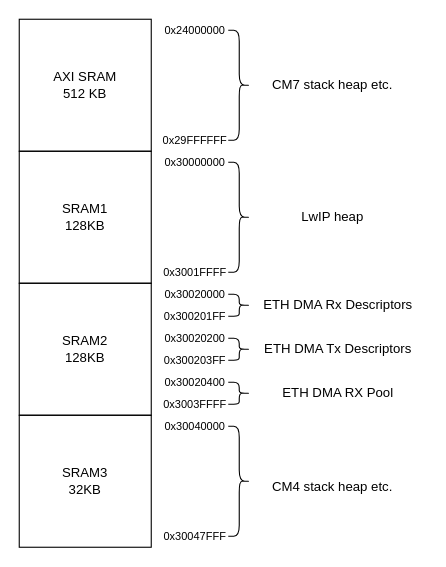
The draw.io diagram docs/mem_managment.drawio in Manwlis/LwIP-FreeRTOS-STM32H755ZI, before the edit. Source tidied: cells renumbered, new cells numbered last; positions are measured from the earlier drawing's top-left corner, leaving out a move shared by most shapes. Both pictures are drawn from the tidied source at 110%, with x=0, y=0 at pixel (19, 19).
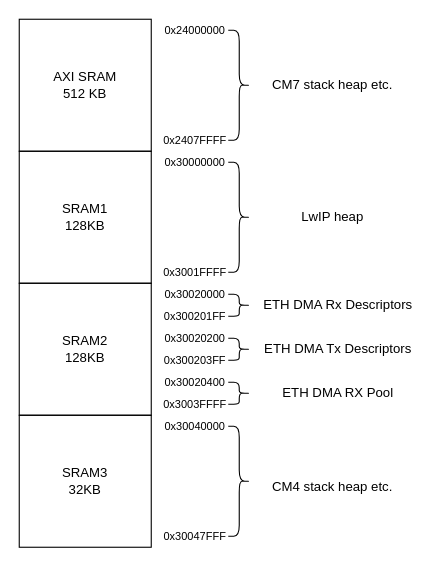
The same page after the edit.

Change to the diagram source:
```diff
@@
-    <mxCell id="11" value="0x29FFFFFF" style="text;html=1;whiteSpace=wrap;strokeColor=none;fillColor=none;align=center;verticalAlign=middle;rounded=0;fontSize=10;" parent="1" vertex="1">
+    <mxCell id="11" value="0x2407FFFF" style="text;html=1;whiteSpace=wrap;strokeColor=none;fillColor=none;align=center;verticalAlign=middle;rounded=0;fontSize=10;" parent="1" vertex="1">
       <mxGeometry x="130" y="100" width="60" height="20" as="geometry" />
     </mxCell>
```
